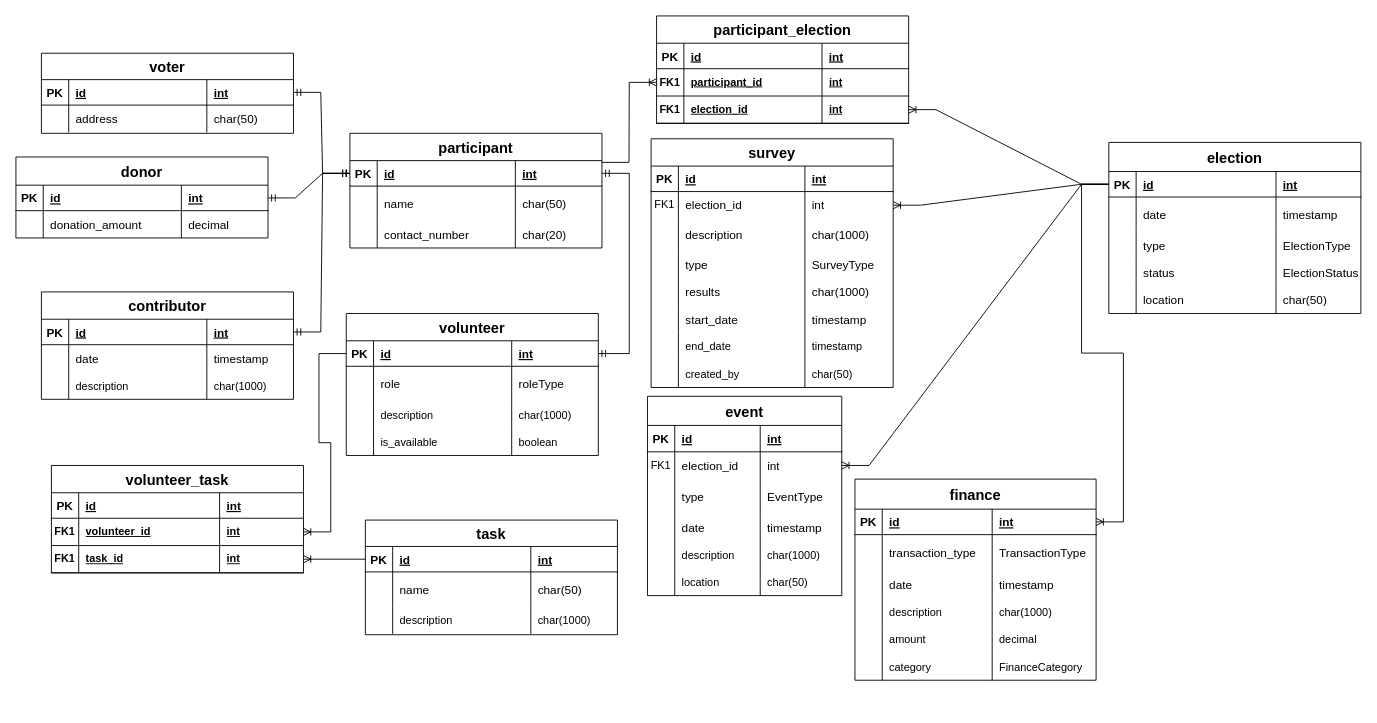
Above: PoliticalCampaign.drawio in GiorgiEz/DB-modeling (draw.io), before the change. Source tidied: cells renumbered, new cells numbered last; positions are measured from the earlier drawing's top-left corner, leaving out a move shared by most shapes. Both pictures are drawn from the tidied source at 91%, with x=0, y=0 at pixel (15, 15).
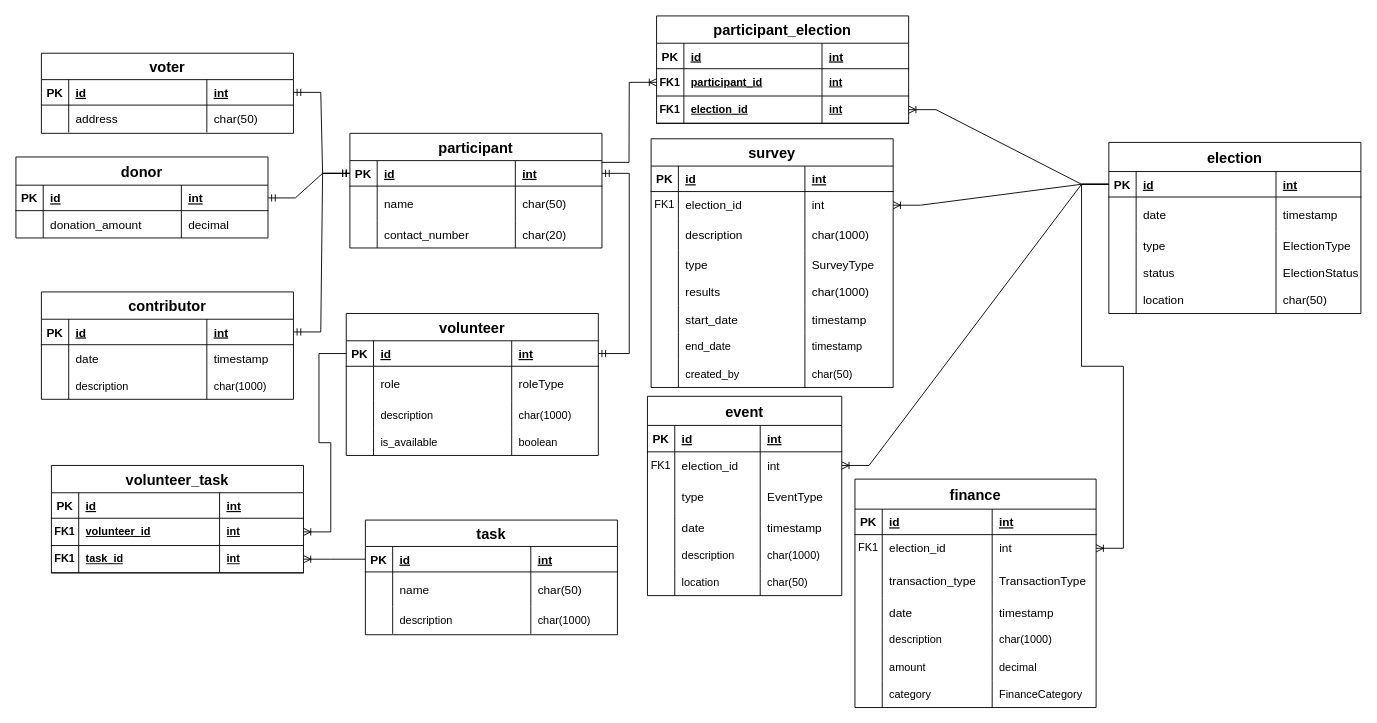
The same diagram, later.

Commit message:
added foreign key in finance table

Unchanged cells that the change refers to:
```xml
<mxCell id="3" style="shape=partialRectangle;fillColor=none;points=[[0,0.5],[1,0.5]];portConstraint=eastwest;top=0;left=0;right=0;bottom=1;" parent="2" vertex="1">
  <mxGeometry y="32" width="277" height="28" as="geometry" />
</mxCell>
<mxCell id="125" style="shape=partialRectangle;fillColor=none;points=[[0,0.5],[1,0.5]];portConstraint=eastwest;top=0;left=0;right=0;bottom=1;" parent="124" vertex="1">
  <mxGeometry y="33" width="265" height="28" as="geometry" />
</mxCell>
```

What changed in the source:
```diff
@@
     <mxCell id="124" value="finance" style="shape=table;startSize=33;childLayout=tableLayout;rowLines=0;fontStyle=1;align=center;fillColor=#FFFFFF;strokeColor=#000000;fontSize=16;direction=east;flipH=0;flipV=0;" parent="1" vertex="1">
-      <mxGeometry x="922" y="509" width="265" height="221" as="geometry" />
+      <mxGeometry x="922" y="509" width="265" height="251" as="geometry" />
     </mxCell>
@@
+    <mxCell id="218" style="shape=tableRow;horizontal=0;startSize=0;swimlaneHead=0;swimlaneBody=0;fillColor=none;points=[[0,0.5],[1,0.5]];portConstraint=eastwest;top=0;left=0;right=0;bottom=0;" parent="124" vertex="1">
+      <mxGeometry y="61" width="265" height="30" as="geometry" />
+    </mxCell>
+    <mxCell id="219" value="FK1" style="shape=partialRectangle;fillColor=none;top=0;left=0;bottom=0;right=0;fontStyle=0;overflow=hidden;whiteSpace=wrap;html=1;" parent="218" vertex="1">
+      <mxGeometry width="30" height="30" as="geometry" />
+    </mxCell>
+    <mxCell id="220" value="&lt;font style=&quot;font-size: 13px;&quot;&gt;election_id&lt;/font&gt;" style="shape=partialRectangle;fillColor=none;top=0;left=0;bottom=0;right=0;align=left;spacingLeft=6;fontStyle=0;overflow=hidden;whiteSpace=wrap;html=1;" parent="218" vertex="1">
+      <mxGeometry x="30" width="120.8" height="30" as="geometry" />
+    </mxCell>
+    <mxCell id="221" value="&lt;font style=&quot;font-size: 13px;&quot;&gt;int&lt;/font&gt;" style="shape=partialRectangle;fillColor=none;top=0;left=0;bottom=0;right=0;align=left;spacingLeft=6;fontStyle=0;overflow=hidden;whiteSpace=wrap;html=1;" parent="218" vertex="1">
+      <mxGeometry x="150.8" width="114.2" height="30" as="geometry" />
+    </mxCell>
     <mxCell id="129" style="shape=partialRectangle;fillColor=none;top=0;left=0;right=0;bottom=0;" parent="124" vertex="1">
-      <mxGeometry y="61" width="265" height="40" as="geometry" />
+      <mxGeometry y="91" width="265" height="40" as="geometry" />
     </mxCell>
@@
     <mxCell id="133" style="shape=tableRow;horizontal=0;startSize=0;swimlaneHead=0;swimlaneBody=0;fillColor=none;top=0;left=0;right=0;bottom=0;" parent="124" vertex="1">
-      <mxGeometry y="101" width="265" height="30" as="geometry" />
+      <mxGeometry y="131" width="265" height="30" as="geometry" />
     </mxCell>
@@
     <mxCell id="137" style="shape=tableRow;horizontal=0;startSize=0;swimlaneHead=0;swimlaneBody=0;fillColor=none;top=0;left=0;right=0;bottom=0;" parent="124" vertex="1">
-      <mxGeometry y="131" width="265" height="30" as="geometry" />
+      <mxGeometry y="161" width="265" height="30" as="geometry" />
     </mxCell>
@@
     <mxCell id="141" style="shape=tableRow;horizontal=0;startSize=0;swimlaneHead=0;swimlaneBody=0;fillColor=none;top=0;left=0;right=0;bottom=0;" parent="124" vertex="1">
-      <mxGeometry y="161" width="265" height="30" as="geometry" />
+      <mxGeometry y="191" width="265" height="30" as="geometry" />
     </mxCell>
@@
     <mxCell id="145" style="shape=tableRow;horizontal=0;startSize=0;swimlaneHead=0;swimlaneBody=0;fillColor=none;top=0;left=0;right=0;bottom=0;" parent="124" vertex="1">
-      <mxGeometry y="191" width="265" height="30" as="geometry" />
+      <mxGeometry y="221" width="265" height="30" as="geometry" />
     </mxCell>
@@
-    <mxCell id="217" style="edgeStyle=entityRelationEdgeStyle;fontSize=12;html=1;endArrow=ERoneToMany;rounded=0;exitX=0;exitY=0.5;exitDx=0;exitDy=0;entryX=1;entryY=0.5;entryDx=0;entryDy=0;" parent="1" edge="1" source="3" target="125">
+    <mxCell id="217" style="edgeStyle=entityRelationEdgeStyle;fontSize=12;html=1;endArrow=ERoneToMany;rounded=0;exitX=0;exitY=0.5;exitDx=0;exitDy=0;entryX=1;entryY=0.5;entryDx=0;entryDy=0;" parent="1" edge="1" source="3" target="218">
       <mxGeometry relative="1" as="geometry">
         <Array as="points">
           <mxPoint x="1328" y="277" />
         </Array>
       </mxGeometry>
     </mxCell>
```
